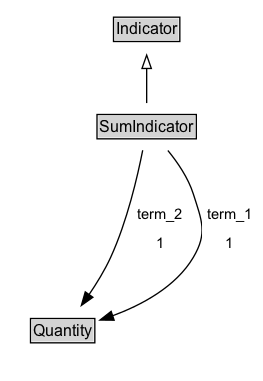
The Graphviz diagram docs/diagrams/SumIndicator.dot.png in ISO-TC204/ontology-i72-v1, before a commit. Its source is kept beside it as docs/diagrams/SumIndicator.dot.
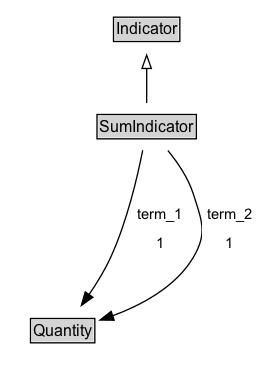
After the commit.

The edit, as a diff of the source:
```diff
@@ -19,6 +19,6 @@
 	SumIndicator -> Invis [style=invis]
 	Invis -> Quantity [style=invis]
 	Quantity [label=<<TABLE BORDER="1" CELLBORDER="0" CELLSPACING="0" CELLPADDING="1"><TR><TD BGCOLOR="lightgray" ALIGN="CENTER">Quantity</TD></TR></TABLE>> URL="../Quantity" margin=0]
+	SumIndicator -> Quantity [label=<<TABLE BORDER="0" CELLBORDER="0" CELLSPACING="0" CELLPADDING="4" BGCOLOR="white"><TR><TD ALIGN="CENTER">term_1</TD></TR><TR><TD ALIGN="CENTER">1</TD></TR></TABLE>> arrowhead=normal style=solid]
 	SumIndicator -> Quantity [label=<<TABLE BORDER="0" CELLBORDER="0" CELLSPACING="0" CELLPADDING="4" BGCOLOR="white"><TR><TD ALIGN="CENTER">term_2</TD></TR><TR><TD ALIGN="CENTER">1</TD></TR></TABLE>> arrowhead=normal style=solid]
-	SumIndicator -> Quantity [label=<<TABLE BORDER="0" CELLBORDER="0" CELLSPACING="0" CELLPADDING="4" BGCOLOR="white"><TR><TD ALIGN="CENTER">term_1</TD></TR><TR><TD ALIGN="CENTER">1</TD></TR></TABLE>> arrowhead=normal style=solid]
 }
```
